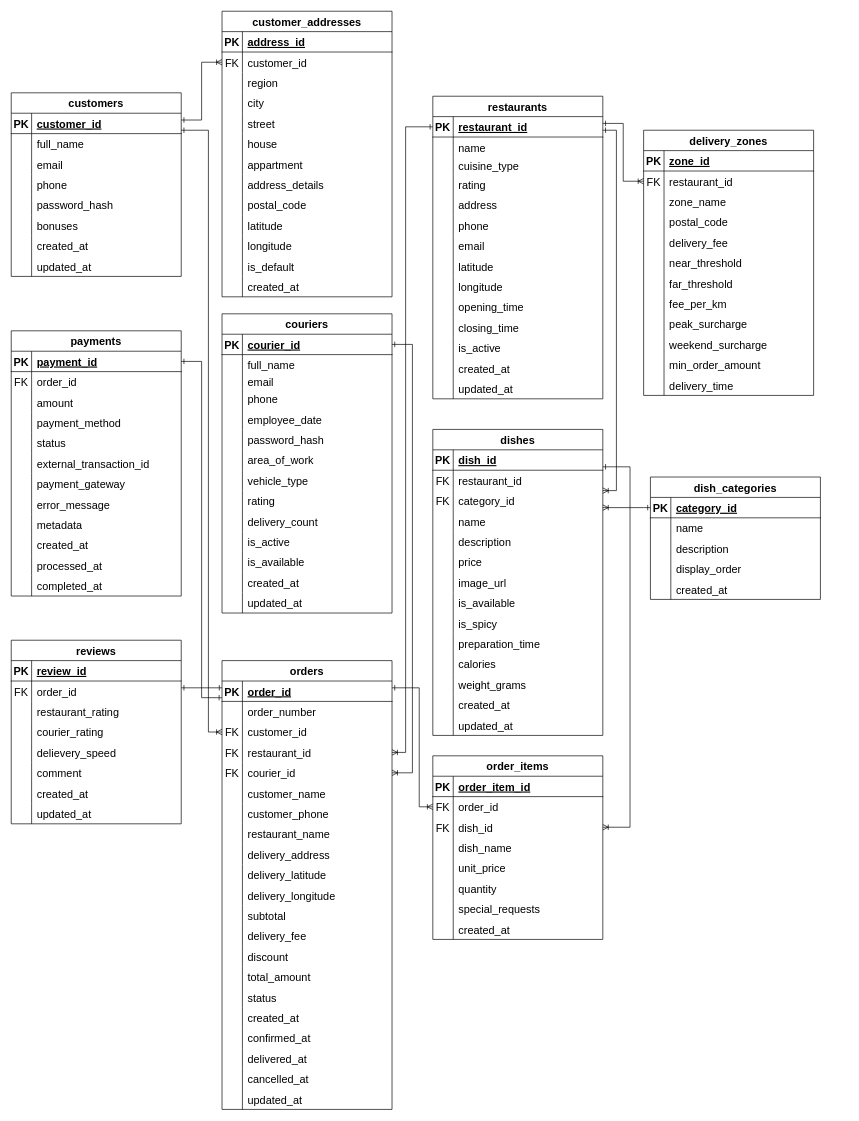
Above: docs/diagrams/db_diagram.drawio in danilinkp/databases_course_work (draw.io), before the change. Source tidied: cells renumbered, new cells numbered last; positions are measured from the earlier drawing's top-left corner, leaving out a move shared by most shapes. Both pictures are drawn from the tidied source at 68%, with x=0, y=0 at pixel (11, 11).
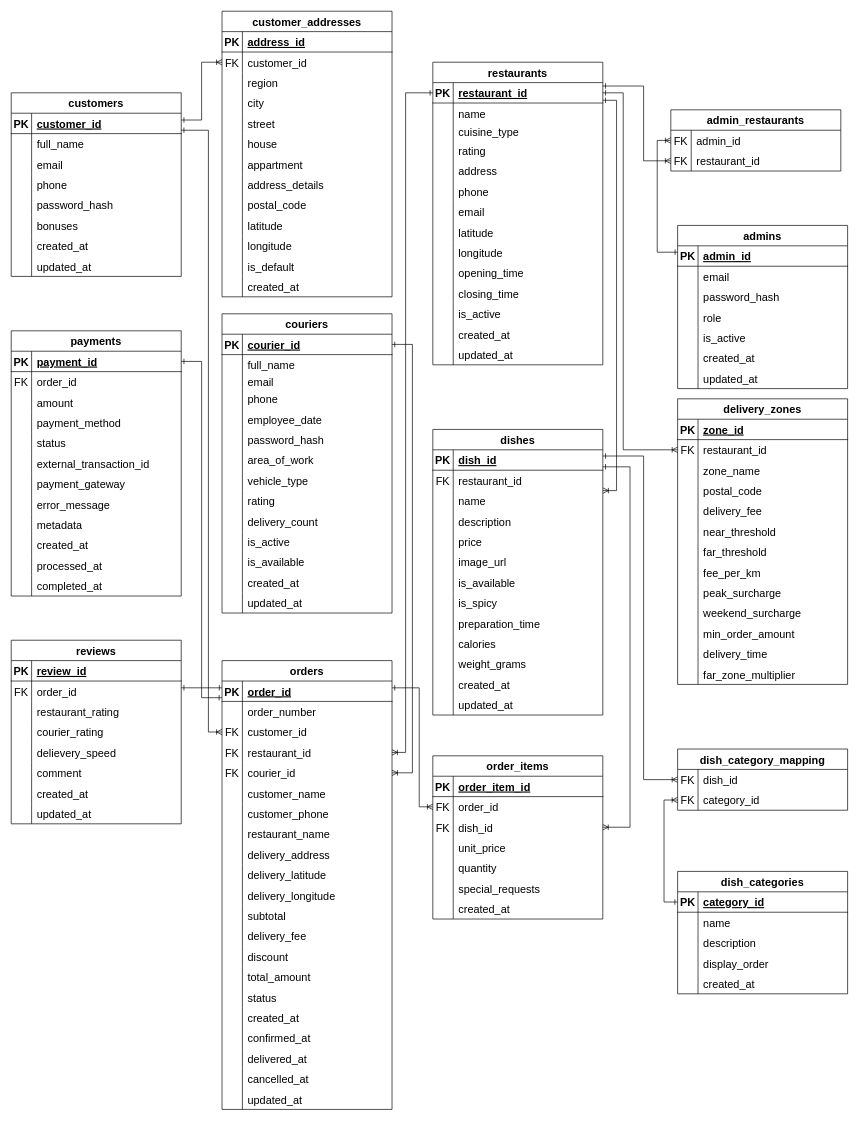
After the change.

Unchanged cells that the change refers to:
```xml
<mxCell id="111" style="shape=partialRectangle;fillColor=none;points=[[0,0.5],[1,0.5]];portConstraint=eastwest;top=0;left=0;right=0;bottom=1;fontSize=16;" parent="110" vertex="1">
  <mxGeometry y="30" width="250" height="30" as="geometry" />
</mxCell>
<mxCell id="154" style="shape=partialRectangle;fillColor=none;points=[[0,0.5],[1,0.5]];portConstraint=eastwest;top=0;left=0;right=0;bottom=1;fontSize=16;" parent="153" vertex="1">
  <mxGeometry y="30" width="250" height="30" as="geometry" />
</mxCell>
<mxCell id="171" style="shape=partialRectangle;fillColor=none;points=[[0,0.5],[1,0.5]];portConstraint=eastwest;top=0;left=0;right=0;bottom=1;fontSize=16;" parent="170" vertex="1">
  <mxGeometry y="30" width="250" height="30" as="geometry" />
</mxCell>
<mxCell id="174" style="shape=partialRectangle;fillColor=none;points=[[0,0.5],[1,0.5]];portConstraint=eastwest;top=0;left=0;right=0;bottom=0;fontSize=16;" parent="170" vertex="1">
  <mxGeometry y="60" width="250" height="30" as="geometry" />
</mxCell>
<mxCell id="223" style="shape=partialRectangle;fillColor=none;points=[[0,0.5],[1,0.5]];portConstraint=eastwest;top=0;left=0;right=0;bottom=0;fontSize=16;" parent="213" vertex="1">
  <mxGeometry y="120" width="250" height="30" as="geometry" />
</mxCell>
<mxCell id="376" style="shape=partialRectangle;fillColor=none;points=[[0,0.5],[1,0.5]];portConstraint=eastwest;top=0;left=0;right=0;bottom=0;fontSize=16;" parent="372" vertex="1">
  <mxGeometry y="60" width="250" height="30" as="geometry" />
</mxCell>
```

The edit, as a diff of the source:
```diff
@@
     <mxCell id="110" value="restaurants" style="shape=table;startSize=30;childLayout=tableLayout;rowLines=0;fontStyle=1;align=center;fontSize=16;" parent="1" vertex="1">
-      <mxGeometry x="620" y="125" width="250" height="445" as="geometry" />
+      <mxGeometry x="620" y="75" width="250" height="445" as="geometry" />
     </mxCell>
@@
     <mxCell id="153" value="dish_categories" style="shape=table;startSize=30;childLayout=tableLayout;rowLines=0;fontStyle=1;align=center;fontSize=16;" parent="1" vertex="1">
-      <mxGeometry x="940" y="685" width="250" height="180" as="geometry" />
+      <mxGeometry x="980" y="1265" width="250" height="180" as="geometry" />
     </mxCell>
@@
     <mxCell id="170" value="dishes" style="shape=table;startSize=30;childLayout=tableLayout;rowLines=0;fontStyle=1;align=center;fontSize=16;" parent="1" vertex="1">
-      <mxGeometry x="620" y="615" width="250" height="450" as="geometry" />
+      <mxGeometry x="620" y="615" width="250" height="420" as="geometry" />
     </mxCell>
@@
-    <mxCell id="177" style="shape=partialRectangle;fillColor=none;points=[[0,0.5],[1,0.5]];portConstraint=eastwest;top=0;left=0;right=0;bottom=0;fontSize=16;" parent="170" vertex="1">
-      <mxGeometry y="90" width="250" height="30" as="geometry" />
-    </mxCell>
-    <mxCell id="178" value="FK" style="shape=partialRectangle;overflow=hidden;fillColor=none;top=0;left=0;bottom=0;right=0;fontSize=16;" parent="177" vertex="1">
-      <mxGeometry width="30" height="30" as="geometry" />
-    </mxCell>
-    <mxCell id="179" value="category_id" style="shape=partialRectangle;overflow=hidden;fillColor=none;top=0;left=0;bottom=0;right=0;align=left;spacingLeft=6;fontSize=16;" parent="177" vertex="1">
-      <mxGeometry x="30" width="220" height="30" as="geometry" />
-    </mxCell>
     <mxCell id="180" style="shape=partialRectangle;fillColor=none;top=0;left=0;right=0;bottom=0;fontSize=16;" parent="170" vertex="1">
-      <mxGeometry y="120" width="250" height="30" as="geometry" />
+      <mxGeometry y="90" width="250" height="30" as="geometry" />
     </mxCell>
@@
     <mxCell id="183" style="shape=partialRectangle;fillColor=none;top=0;left=0;right=0;bottom=0;fontSize=16;" parent="170" vertex="1">
-      <mxGeometry y="150" width="250" height="30" as="geometry" />
+      <mxGeometry y="120" width="250" height="30" as="geometry" />
     </mxCell>
@@
     <mxCell id="186" style="shape=partialRectangle;fillColor=none;top=0;left=0;right=0;bottom=0;fontSize=16;" parent="170" vertex="1">
-      <mxGeometry y="180" width="250" height="30" as="geometry" />
+      <mxGeometry y="150" width="250" height="30" as="geometry" />
     </mxCell>
@@
     <mxCell id="189" style="shape=partialRectangle;fillColor=none;top=0;left=0;right=0;bottom=0;fontSize=16;" parent="170" vertex="1">
-      <mxGeometry y="210" width="250" height="30" as="geometry" />
+      <mxGeometry y="180" width="250" height="30" as="geometry" />
     </mxCell>
@@
     <mxCell id="192" style="shape=partialRectangle;fillColor=none;top=0;left=0;right=0;bottom=0;fontSize=16;" parent="170" vertex="1">
-      <mxGeometry y="240" width="250" height="30" as="geometry" />
+      <mxGeometry y="210" width="250" height="30" as="geometry" />
     </mxCell>
@@
     <mxCell id="195" style="shape=partialRectangle;fillColor=none;top=0;left=0;right=0;bottom=0;fontSize=16;" parent="170" vertex="1">
-      <mxGeometry y="270" width="250" height="30" as="geometry" />
+      <mxGeometry y="240" width="250" height="30" as="geometry" />
     </mxCell>
@@
     <mxCell id="198" style="shape=partialRectangle;fillColor=none;top=0;left=0;right=0;bottom=0;fontSize=16;" parent="170" vertex="1">
-      <mxGeometry y="300" width="250" height="30" as="geometry" />
+      <mxGeometry y="270" width="250" height="30" as="geometry" />
     </mxCell>
@@
     <mxCell id="201" style="shape=partialRectangle;fillColor=none;top=0;left=0;right=0;bottom=0;fontSize=16;" parent="170" vertex="1">
-      <mxGeometry y="330" width="250" height="30" as="geometry" />
+      <mxGeometry y="300" width="250" height="30" as="geometry" />
     </mxCell>
@@
     <mxCell id="204" style="shape=partialRectangle;fillColor=none;top=0;left=0;right=0;bottom=0;fontSize=16;" parent="170" vertex="1">
-      <mxGeometry y="360" width="250" height="30" as="geometry" />
+      <mxGeometry y="330" width="250" height="30" as="geometry" />
     </mxCell>
@@
     <mxCell id="207" style="shape=partialRectangle;fillColor=none;top=0;left=0;right=0;bottom=0;fontSize=16;" parent="170" vertex="1">
-      <mxGeometry y="390" width="250" height="30" as="geometry" />
+      <mxGeometry y="360" width="250" height="30" as="geometry" />
     </mxCell>
@@
     <mxCell id="210" style="shape=partialRectangle;fillColor=none;top=0;left=0;right=0;bottom=0;fontSize=16;" parent="170" vertex="1">
-      <mxGeometry y="420" width="250" height="30" as="geometry" />
+      <mxGeometry y="390" width="250" height="30" as="geometry" />
     </mxCell>
@@
     <mxCell id="278" value="order_items" style="shape=table;startSize=30;childLayout=tableLayout;rowLines=0;fontStyle=1;align=center;fontSize=16;" parent="1" vertex="1">
-      <mxGeometry x="620" y="1095" width="250" height="270" as="geometry" />
+      <mxGeometry x="620" y="1095" width="250" height="240" as="geometry" />
     </mxCell>
@@
-    <mxCell id="288" style="shape=partialRectangle;fillColor=none;top=0;left=0;right=0;bottom=0;fontSize=16;" parent="278" vertex="1">
-      <mxGeometry y="120" width="250" height="30" as="geometry" />
-    </mxCell>
-    <mxCell id="289" style="shape=partialRectangle;overflow=hidden;fillColor=none;top=0;left=0;bottom=0;right=0;fontSize=16;" parent="288" vertex="1">
-      <mxGeometry width="30" height="30" as="geometry" />
-    </mxCell>
-    <mxCell id="290" value="dish_name" style="shape=partialRectangle;overflow=hidden;fillColor=none;top=0;left=0;bottom=0;right=0;align=left;spacingLeft=6;fontSize=16;" parent="288" vertex="1">
-      <mxGeometry x="30" width="220" height="30" as="geometry" />
-    </mxCell>
     <mxCell id="291" style="shape=partialRectangle;fillColor=none;top=0;left=0;right=0;bottom=0;fontSize=16;" parent="278" vertex="1">
-      <mxGeometry y="150" width="250" height="30" as="geometry" />
+      <mxGeometry y="120" width="250" height="30" as="geometry" />
     </mxCell>
@@
     <mxCell id="294" style="shape=partialRectangle;fillColor=none;top=0;left=0;right=0;bottom=0;fontSize=16;" parent="278" vertex="1">
-      <mxGeometry y="180" width="250" height="30" as="geometry" />
+      <mxGeometry y="150" width="250" height="30" as="geometry" />
     </mxCell>
@@
     <mxCell id="297" style="shape=partialRectangle;fillColor=none;top=0;left=0;right=0;bottom=0;fontSize=16;" parent="278" vertex="1">
-      <mxGeometry y="210" width="250" height="30" as="geometry" />
+      <mxGeometry y="180" width="250" height="30" as="geometry" />
     </mxCell>
@@
     <mxCell id="300" style="shape=partialRectangle;fillColor=none;top=0;left=0;right=0;bottom=0;fontSize=16;" parent="278" vertex="1">
-      <mxGeometry y="240" width="250" height="30" as="geometry" />
+      <mxGeometry y="210" width="250" height="30" as="geometry" />
     </mxCell>
@@
-    <mxCell id="369" style="edgeStyle=orthogonalEdgeStyle;fontSize=16;html=1;endArrow=ERoneToMany;rounded=0;startArrow=ERone;startFill=0;" parent="1" edge="1" source="111" target="174">
+    <mxCell id="369" style="edgeStyle=orthogonalEdgeStyle;fontSize=16;html=1;endArrow=ERoneToMany;rounded=0;startArrow=ERone;startFill=0;exitX=0.999;exitY=0.867;exitDx=0;exitDy=0;exitPerimeter=0;" parent="1" edge="1">
       <mxGeometry relative="1" as="geometry">
+        <mxPoint x="870" y="131" as="sourcePoint" />
+        <mxPoint x="870.2" y="705" as="targetPoint" />
         <Array as="points">
-          <mxPoint x="890" y="175" />
-          <mxPoint x="890" y="705" />
+          <mxPoint x="890.2" y="131" />
+          <mxPoint x="890.2" y="705" />
         </Array>
       </mxGeometry>
     </mxCell>
-    <mxCell id="370" style="edgeStyle=orthogonalEdgeStyle;fontSize=16;html=1;endArrow=ERoneToMany;rounded=0;startArrow=ERone;startFill=0;" parent="1" edge="1" source="154" target="177">
+    <mxCell id="370" style="edgeStyle=orthogonalEdgeStyle;fontSize=16;html=1;endArrow=ERoneToMany;rounded=0;startArrow=ERone;startFill=0;exitX=1;exitY=0.304;exitDx=0;exitDy=0;exitPerimeter=0;" parent="1" edge="1" source="171" target="415">
       <mxGeometry relative="1" as="geometry">
         <Array as="points">
-          <mxPoint x="930" y="730" />
-          <mxPoint x="930" y="730" />
+          <mxPoint x="930" y="654" />
+          <mxPoint x="930" y="1130" />
         </Array>
       </mxGeometry>
     </mxCell>
@@
     <mxCell id="372" value="delivery_zones" style="shape=table;startSize=30;childLayout=tableLayout;rowLines=0;fontStyle=1;align=center;fontSize=16;" parent="1" vertex="1">
-      <mxGeometry x="930" y="175" width="250" height="390" as="geometry" />
+      <mxGeometry x="980" y="570" width="250" height="420" as="geometry" />
     </mxCell>
@@
+    <mxCell id="411" style="shape=partialRectangle;fillColor=none;top=0;left=0;right=0;bottom=0;fontSize=16;" parent="372" vertex="1">
+      <mxGeometry y="390" width="250" height="30" as="geometry" />
+    </mxCell>
+    <mxCell id="412" style="shape=partialRectangle;overflow=hidden;fillColor=none;top=0;left=0;bottom=0;right=0;fontSize=16;" parent="411" vertex="1">
+      <mxGeometry width="30" height="30" as="geometry" />
+    </mxCell>
+    <mxCell id="413" value="far_zone_multiplier" style="shape=partialRectangle;overflow=hidden;fillColor=none;top=0;left=0;bottom=0;right=0;align=left;spacingLeft=6;fontSize=16;" parent="411" vertex="1">
+      <mxGeometry x="30" width="220" height="30" as="geometry" />
+    </mxCell>
-    <mxCell id="409" style="edgeStyle=orthogonalEdgeStyle;fontSize=16;html=1;endArrow=ERoneToMany;rounded=0;startArrow=ERone;startFill=0;" parent="1" edge="1" source="111" target="376">
+    <mxCell id="409" style="edgeStyle=orthogonalEdgeStyle;fontSize=16;html=1;endArrow=ERoneToMany;rounded=0;startArrow=ERone;startFill=0;exitX=1;exitY=0.5;exitDx=0;exitDy=0;" parent="1" edge="1" source="111" target="376">
       <mxGeometry relative="1" as="geometry">
         <Array as="points">
-          <mxPoint x="900" y="165" />
-          <mxPoint x="900" y="250" />
+          <mxPoint x="900" y="120" />
+          <mxPoint x="900" y="645" />
         </Array>
       </mxGeometry>
     </mxCell>
     <mxCell id="410" style="edgeStyle=orthogonalEdgeStyle;fontSize=16;html=1;endArrow=ERoneToMany;rounded=0;startArrow=ERone;startFill=0;" parent="1" edge="1" source="111" target="223">
       <mxGeometry relative="1" as="geometry">
         <Array as="points">
-          <mxPoint x="580" y="170" />
+          <mxPoint x="580" y="120" />
           <mxPoint x="580" y="1090" />
         </Array>
       </mxGeometry>
     </mxCell>
+    <mxCell id="414" value="dish_category_mapping" style="shape=table;startSize=30;childLayout=tableLayout;rowLines=0;fontStyle=1;align=center;fontSize=16;" parent="1" vertex="1">
+      <mxGeometry x="980" y="1085" width="250" height="90" as="geometry" />
+    </mxCell>
+    <mxCell id="415" style="shape=partialRectangle;fillColor=none;points=[[0,0.5],[1,0.5]];portConstraint=eastwest;top=0;left=0;right=0;bottom=0;fontSize=16;" parent="414" vertex="1">
+      <mxGeometry y="30" width="250" height="30" as="geometry" />
+    </mxCell>
+    <mxCell id="416" value="FK" style="shape=partialRectangle;overflow=hidden;fillColor=none;top=0;left=0;bottom=0;right=0;fontSize=16;" parent="415" vertex="1">
+      <mxGeometry width="30" height="30" as="geometry" />
+    </mxCell>
+    <mxCell id="417" value="dish_id" style="shape=partialRectangle;overflow=hidden;fillColor=none;top=0;left=0;bottom=0;right=0;align=left;spacingLeft=6;fontSize=16;" parent="415" vertex="1">
+      <mxGeometry x="30" width="220" height="30" as="geometry" />
+    </mxCell>
+    <mxCell id="418" style="shape=partialRectangle;fillColor=none;points=[[0,0.5],[1,0.5]];portConstraint=eastwest;top=0;left=0;right=0;bottom=0;fontSize=16;" parent="414" vertex="1">
+      <mxGeometry y="60" width="250" height="30" as="geometry" />
+    </mxCell>
+    <mxCell id="419" value="FK" style="shape=partialRectangle;overflow=hidden;fillColor=none;top=0;left=0;bottom=0;right=0;fontSize=16;" parent="418" vertex="1">
+      <mxGeometry width="30" height="30" as="geometry" />
+    </mxCell>
+    <mxCell id="179" value="category_id" style="shape=partialRectangle;overflow=hidden;fillColor=none;top=0;left=0;bottom=0;right=0;align=left;spacingLeft=6;fontSize=16;" parent="418" vertex="1">
+      <mxGeometry x="30" width="220" height="30" as="geometry" />
+    </mxCell>
+    <mxCell id="420" style="edgeStyle=orthogonalEdgeStyle;fontSize=16;html=1;endArrow=ERoneToMany;rounded=0;startArrow=ERone;startFill=0;exitX=0;exitY=0.5;exitDx=0;exitDy=0;" parent="1" edge="1" source="154" target="418">
+      <mxGeometry relative="1" as="geometry">
+        <Array as="points">
+          <mxPoint x="960" y="1310" />
+          <mxPoint x="960" y="1160" />
+        </Array>
+      </mxGeometry>
+    </mxCell>
+    <mxCell id="421" value="admins" style="shape=table;startSize=30;childLayout=tableLayout;rowLines=0;fontStyle=1;align=center;fontSize=16;" parent="1" vertex="1">
+      <mxGeometry x="980" y="315" width="250" height="240" as="geometry" />
+    </mxCell>
+    <mxCell id="422" style="shape=partialRectangle;fillColor=none;points=[[0,0.5],[1,0.5]];portConstraint=eastwest;top=0;left=0;right=0;bottom=1;fontSize=16;" parent="421" vertex="1">
+      <mxGeometry y="30" width="250" height="30" as="geometry" />
+    </mxCell>
+    <mxCell id="423" value="PK" style="shape=partialRectangle;overflow=hidden;fillColor=none;top=0;left=0;bottom=0;right=0;fontStyle=1;fontSize=16;" parent="422" vertex="1">
+      <mxGeometry width="30" height="30" as="geometry" />
+    </mxCell>
+    <mxCell id="424" value="admin_id" style="shape=partialRectangle;overflow=hidden;fillColor=none;top=0;left=0;bottom=0;right=0;align=left;spacingLeft=6;fontStyle=5;fontSize=16;" parent="422" vertex="1">
+      <mxGeometry x="30" width="220" height="30" as="geometry" />
+    </mxCell>
+    <mxCell id="425" style="shape=partialRectangle;fillColor=none;top=0;left=0;right=0;bottom=0;fontSize=16;" parent="421" vertex="1">
+      <mxGeometry y="60" width="250" height="30" as="geometry" />
+    </mxCell>
+    <mxCell id="426" style="shape=partialRectangle;overflow=hidden;fillColor=none;top=0;left=0;bottom=0;right=0;fontSize=16;" parent="425" vertex="1">
+      <mxGeometry width="30" height="30" as="geometry" />
+    </mxCell>
+    <mxCell id="427" value="email" style="shape=partialRectangle;overflow=hidden;fillColor=none;top=0;left=0;bottom=0;right=0;align=left;spacingLeft=6;fontSize=16;" parent="425" vertex="1">
+      <mxGeometry x="30" width="220" height="30" as="geometry" />
+    </mxCell>
+    <mxCell id="177" style="shape=partialRectangle;fillColor=none;points=[[0,0.5],[1,0.5]];portConstraint=eastwest;top=0;left=0;right=0;bottom=0;fontSize=16;" parent="421" vertex="1">
+      <mxGeometry y="90" width="250" height="30" as="geometry" />
+    </mxCell>
+    <mxCell id="428" style="shape=partialRectangle;overflow=hidden;fillColor=none;top=0;left=0;bottom=0;right=0;fontSize=16;" parent="177" vertex="1">
+      <mxGeometry width="30" height="30" as="geometry" />
+    </mxCell>
+    <mxCell id="429" value="password_hash" style="shape=partialRectangle;overflow=hidden;fillColor=none;top=0;left=0;bottom=0;right=0;align=left;spacingLeft=6;fontSize=16;" parent="177" vertex="1">
+      <mxGeometry x="30" width="220" height="30" as="geometry" />
+    </mxCell>
+    <mxCell id="288" style="shape=partialRectangle;fillColor=none;top=0;left=0;right=0;bottom=0;fontSize=16;" parent="421" vertex="1">
+      <mxGeometry y="120" width="250" height="30" as="geometry" />
+    </mxCell>
+    <mxCell id="430" style="shape=partialRectangle;overflow=hidden;fillColor=none;top=0;left=0;bottom=0;right=0;fontSize=16;" parent="288" vertex="1">
+      <mxGeometry width="30" height="30" as="geometry" />
+    </mxCell>
+    <mxCell id="431" value="role" style="shape=partialRectangle;overflow=hidden;fillColor=none;top=0;left=0;bottom=0;right=0;align=left;spacingLeft=6;fontSize=16;" parent="288" vertex="1">
+      <mxGeometry x="30" width="220" height="30" as="geometry" />
+    </mxCell>
+    <mxCell id="432" style="shape=partialRectangle;fillColor=none;top=0;left=0;right=0;bottom=0;fontSize=16;" parent="421" vertex="1">
+      <mxGeometry y="150" width="250" height="30" as="geometry" />
+    </mxCell>
+    <mxCell id="433" style="shape=partialRectangle;overflow=hidden;fillColor=none;top=0;left=0;bottom=0;right=0;fontSize=16;" parent="432" vertex="1">
+      <mxGeometry width="30" height="30" as="geometry" />
+    </mxCell>
+    <mxCell id="434" value="is_active" style="shape=partialRectangle;overflow=hidden;fillColor=none;top=0;left=0;bottom=0;right=0;align=left;spacingLeft=6;fontSize=16;" parent="432" vertex="1">
+      <mxGeometry x="30" width="220" height="30" as="geometry" />
+    </mxCell>
+    <mxCell id="435" style="shape=partialRectangle;fillColor=none;top=0;left=0;right=0;bottom=0;fontSize=16;" parent="421" vertex="1">
+      <mxGeometry y="180" width="250" height="30" as="geometry" />
+    </mxCell>
+    <mxCell id="436" style="shape=partialRectangle;overflow=hidden;fillColor=none;top=0;left=0;bottom=0;right=0;fontSize=16;" parent="435" vertex="1">
+      <mxGeometry width="30" height="30" as="geometry" />
+    </mxCell>
+    <mxCell id="437" value="created_at" style="shape=partialRectangle;overflow=hidden;fillColor=none;top=0;left=0;bottom=0;right=0;align=left;spacingLeft=6;fontSize=16;" parent="435" vertex="1">
+      <mxGeometry x="30" width="220" height="30" as="geometry" />
+    </mxCell>
+    <mxCell id="438" style="shape=partialRectangle;fillColor=none;top=0;left=0;right=0;bottom=0;fontSize=16;" parent="421" vertex="1">
+      <mxGeometry y="210" width="250" height="30" as="geometry" />
+    </mxCell>
+    <mxCell id="439" style="shape=partialRectangle;overflow=hidden;fillColor=none;top=0;left=0;bottom=0;right=0;fontSize=16;" parent="438" vertex="1">
+      <mxGeometry width="30" height="30" as="geometry" />
+    </mxCell>
+    <mxCell id="440" value="updated_at" style="shape=partialRectangle;overflow=hidden;fillColor=none;top=0;left=0;bottom=0;right=0;align=left;spacingLeft=6;fontSize=16;" parent="438" vertex="1">
+      <mxGeometry x="30" width="220" height="30" as="geometry" />
+    </mxCell>
+    <mxCell id="441" value="admin_restaurants" style="shape=table;startSize=30;childLayout=tableLayout;rowLines=0;fontStyle=1;align=center;fontSize=16;" parent="1" vertex="1">
+      <mxGeometry x="970" y="145" width="250" height="90" as="geometry" />
+    </mxCell>
+    <mxCell id="442" style="shape=partialRectangle;fillColor=none;points=[[0,0.5],[1,0.5]];portConstraint=eastwest;top=0;left=0;right=0;bottom=0;fontSize=16;" parent="441" vertex="1">
+      <mxGeometry y="30" width="250" height="30" as="geometry" />
+    </mxCell>
+    <mxCell id="443" value="FK" style="shape=partialRectangle;overflow=hidden;fillColor=none;top=0;left=0;bottom=0;right=0;fontSize=16;" parent="442" vertex="1">
+      <mxGeometry width="30" height="30" as="geometry" />
+    </mxCell>
+    <mxCell id="444" value="admin_id" style="shape=partialRectangle;overflow=hidden;fillColor=none;top=0;left=0;bottom=0;right=0;align=left;spacingLeft=6;fontSize=16;" parent="442" vertex="1">
+      <mxGeometry x="30" width="220" height="30" as="geometry" />
+    </mxCell>
+    <mxCell id="445" style="shape=partialRectangle;fillColor=none;points=[[0,0.5],[1,0.5]];portConstraint=eastwest;top=0;left=0;right=0;bottom=0;fontSize=16;" parent="441" vertex="1">
+      <mxGeometry y="60" width="250" height="30" as="geometry" />
+    </mxCell>
+    <mxCell id="446" value="FK" style="shape=partialRectangle;overflow=hidden;fillColor=none;top=0;left=0;bottom=0;right=0;fontSize=16;" parent="445" vertex="1">
+      <mxGeometry width="30" height="30" as="geometry" />
+    </mxCell>
+    <mxCell id="447" value="restaurant_id" style="shape=partialRectangle;overflow=hidden;fillColor=none;top=0;left=0;bottom=0;right=0;align=left;spacingLeft=6;fontSize=16;" parent="445" vertex="1">
+      <mxGeometry x="30" width="220" height="30" as="geometry" />
+    </mxCell>
+    <mxCell id="448" style="edgeStyle=orthogonalEdgeStyle;fontSize=16;html=1;endArrow=ERoneToMany;rounded=0;startArrow=ERone;startFill=0;entryX=0;entryY=0.5;entryDx=0;entryDy=0;exitX=0.001;exitY=0.313;exitDx=0;exitDy=0;exitPerimeter=0;" parent="1" edge="1" source="422" target="442">
+      <mxGeometry relative="1" as="geometry">
+        <Array as="points">
+          <mxPoint x="950" y="354" />
+          <mxPoint x="950" y="190" />
+        </Array>
+      </mxGeometry>
+    </mxCell>
+    <mxCell id="449" style="edgeStyle=orthogonalEdgeStyle;fontSize=16;html=1;endArrow=ERoneToMany;rounded=0;startArrow=ERone;startFill=0;exitX=1;exitY=0.165;exitDx=0;exitDy=0;exitPerimeter=0;entryX=0;entryY=0.5;entryDx=0;entryDy=0;" parent="1" edge="1" source="111" target="445">
+      <mxGeometry relative="1" as="geometry">
+        <Array as="points">
+          <mxPoint x="880" y="110" />
+          <mxPoint x="930" y="110" />
+          <mxPoint x="930" y="220" />
+        </Array>
+      </mxGeometry>
+    </mxCell>
```
